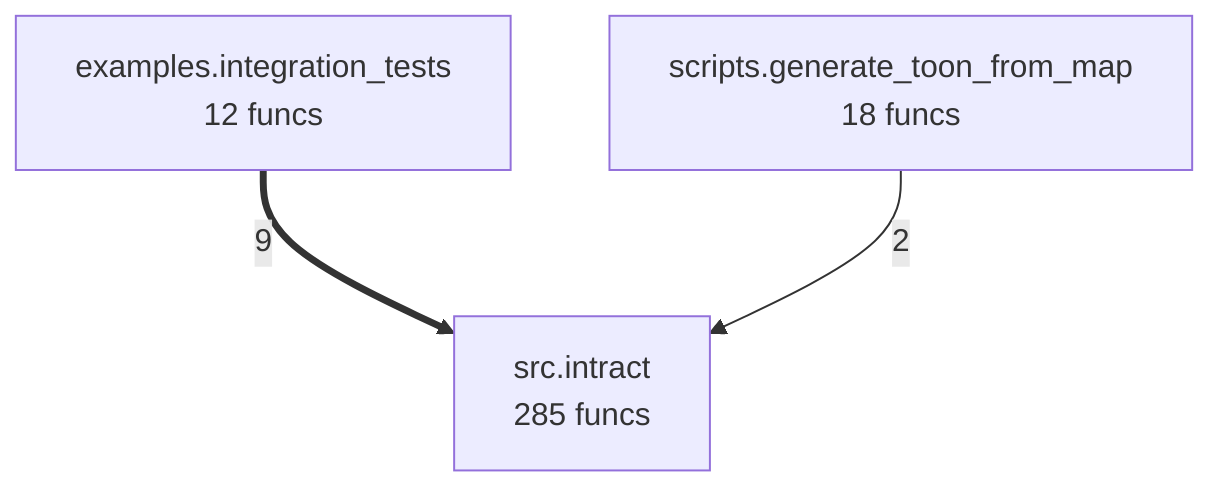
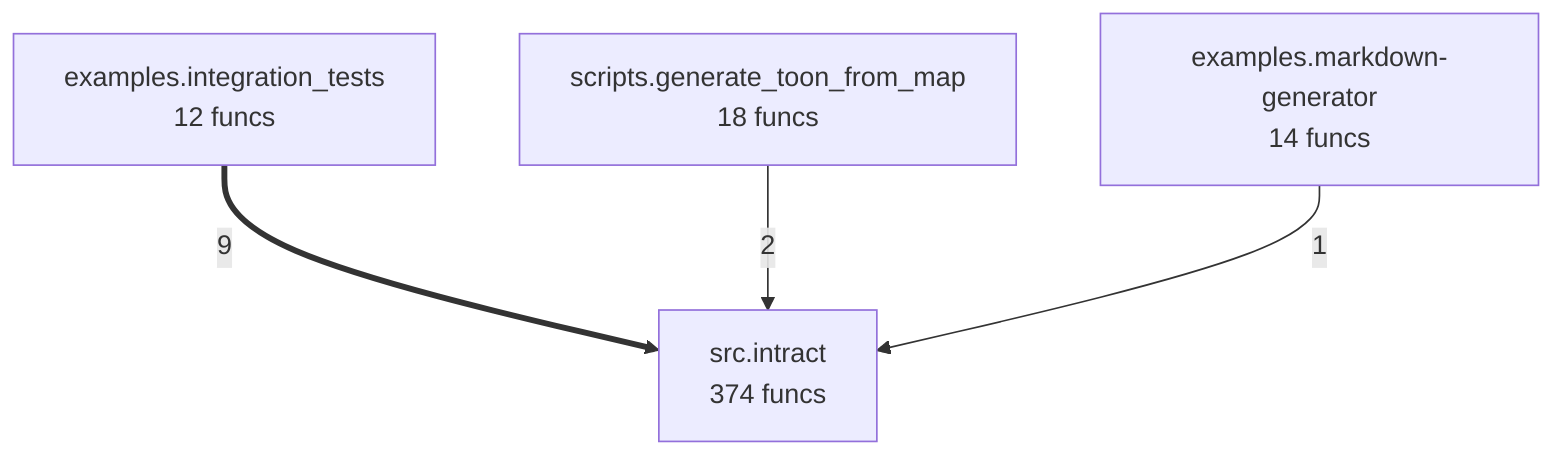
flowchart TD
- %% generated in 0.10s
+ %% generated in 0.03s
    examples__integration_tests["examples.integration_tests<br/>12 funcs"]
+     examples__markdown_generator["examples.markdown-generator<br/>14 funcs"]
    scripts__generate_toon_from_map["scripts.generate_toon_from_map<br/>18 funcs"]
-     src__intract["src.intract<br/>285 funcs"]
+     src__intract["src.intract<br/>374 funcs"]
    examples__integration_tests ==>|9| src__intract
    scripts__generate_toon_from_map -->|2| src__intract
+     examples__markdown_generator -->|1| src__intract
